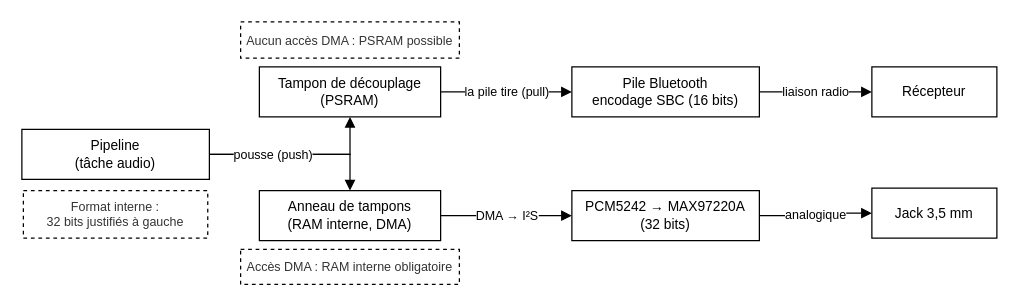
The draw.io diagram assets/figures/Chemins_sortie_audio.drawio in dossantosyann/TB2026-YDS-Report, before the edit. Source tidied: cells renumbered, new cells numbered last; positions are measured from the earlier drawing's top-left corner, leaving out a move shared by most shapes. Both pictures are drawn from the tidied source at 125%, with x=0, y=0 at pixel (21, 21).
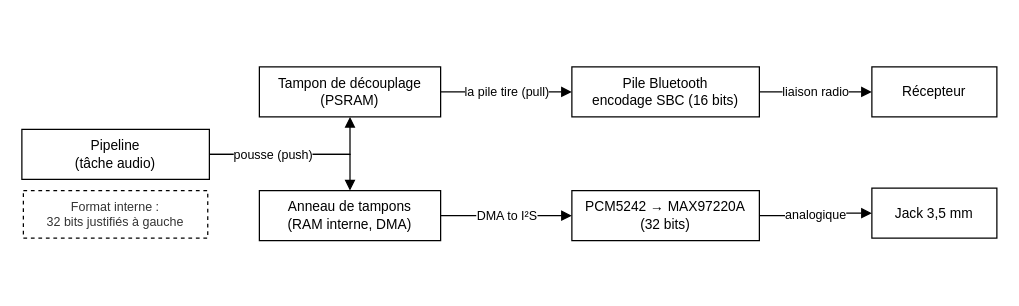
Above is the later version.

Commit message:
Mettre à jour Chemins_sortie_audio.drawio

Change to the diagram source:
```diff
@@
 <mxGraphModel>
   <root>
     <mxCell id="0" />
     <mxCell id="1" parent="0" />
     <mxCell id="2" value="Pipeline&#10;(tâche audio)" style="rounded=0;whiteSpace=wrap;html=1;fontSize=11;" parent="1" vertex="1">
       <mxGeometry y="86" width="150" height="40" as="geometry" />
     </mxCell>
     <mxCell id="3" value="Format interne :&#10;32 bits justifiés à gauche" style="rounded=0;whiteSpace=wrap;html=1;dashed=1;fillColor=none;fontSize=10;fontColor=#333333;" parent="1" vertex="1">
       <mxGeometry x="1.2" y="135" width="147.5" height="38" as="geometry" />
     </mxCell>
-    <mxCell id="4" value="Aucun accès DMA : PSRAM possible" style="rounded=0;whiteSpace=wrap;html=1;dashed=1;fillColor=none;fontSize=10;fontColor=#333333;" parent="1" vertex="1">
-      <mxGeometry x="175" width="175" height="29" as="geometry" />
-    </mxCell>
     <mxCell id="5" value="Tampon de découplage&#10;(PSRAM)" style="rounded=0;whiteSpace=wrap;html=1;fontSize=11;" parent="1" vertex="1">
       <mxGeometry x="190" y="36" width="145" height="40" as="geometry" />
     </mxCell>
     <mxCell id="6" value="Pile Bluetooth&#10;encodage SBC (16 bits)" style="rounded=0;whiteSpace=wrap;html=1;fontSize=11;" parent="1" vertex="1">
       <mxGeometry x="440" y="36" width="150" height="40" as="geometry" />
     </mxCell>
     <mxCell id="7" value="Récepteur" style="rounded=0;whiteSpace=wrap;html=1;fontSize=11;" parent="1" vertex="1">
       <mxGeometry x="680" y="36" width="100" height="40" as="geometry" />
     </mxCell>
     <mxCell id="8" value="Anneau de tampons&#10;(RAM interne, DMA)" style="rounded=0;whiteSpace=wrap;html=1;fontSize=11;" parent="1" vertex="1">
       <mxGeometry x="190" y="135" width="145" height="40" as="geometry" />
     </mxCell>
     <mxCell id="9" value="PCM5242 → MAX97220A&#10;(32 bits)" style="rounded=0;whiteSpace=wrap;html=1;fontSize=11;" parent="1" vertex="1">
       <mxGeometry x="440" y="135" width="150" height="40" as="geometry" />
     </mxCell>
     <mxCell id="10" value="Jack 3,5 mm" style="rounded=0;whiteSpace=wrap;html=1;fontSize=11;" parent="1" vertex="1">
       <mxGeometry x="680" y="133" width="100" height="40" as="geometry" />
     </mxCell>
-    <mxCell id="11" value="Accès DMA : RAM interne obligatoire" style="rounded=0;whiteSpace=wrap;html=1;dashed=1;fillColor=none;fontSize=10;fontColor=#333333;" parent="1" vertex="1">
-      <mxGeometry x="175" y="182" width="175" height="28" as="geometry" />
-    </mxCell>
     <mxCell id="12" style="edgeStyle=orthogonalEdgeStyle;rounded=0;html=1;endArrow=block;fontSize=10;" parent="1" edge="1" source="2" target="5">
       <mxGeometry relative="1" as="geometry" />
     </mxCell>
     <mxCell id="13" value="la pile tire (pull)" style="edgeStyle=orthogonalEdgeStyle;rounded=0;html=1;endArrow=block;fontSize=10;" parent="1" edge="1" source="5" target="6">
       <mxGeometry relative="1" as="geometry" />
     </mxCell>
     <mxCell id="14" value="liaison radio" style="edgeStyle=orthogonalEdgeStyle;rounded=0;html=1;endArrow=block;fontSize=10;" parent="1" edge="1" source="6" target="7">
       <mxGeometry relative="1" as="geometry" />
     </mxCell>
     <mxCell id="15" value="pousse (push)" style="edgeStyle=orthogonalEdgeStyle;rounded=0;html=1;endArrow=block;fontSize=10;" parent="1" edge="1" source="2" target="8">
       <mxGeometry x="-0.28" relative="1" as="geometry" />
     </mxCell>
-    <mxCell id="16" value="DMA → I²S" style="edgeStyle=orthogonalEdgeStyle;rounded=0;html=1;endArrow=block;fontSize=10;" parent="1" edge="1" source="8" target="9">
+    <mxCell id="16" value="DMA to I²S" style="edgeStyle=orthogonalEdgeStyle;rounded=0;html=1;endArrow=block;fontSize=10;" parent="1" edge="1" source="8" target="9">
       <mxGeometry relative="1" as="geometry" />
     </mxCell>
     <mxCell id="17" value="analogique" style="edgeStyle=orthogonalEdgeStyle;rounded=0;html=1;endArrow=block;fontSize=10;" parent="1" edge="1" source="9" target="10">
       <mxGeometry relative="1" as="geometry" />
     </mxCell>
   </root>
 </mxGraphModel>
```
